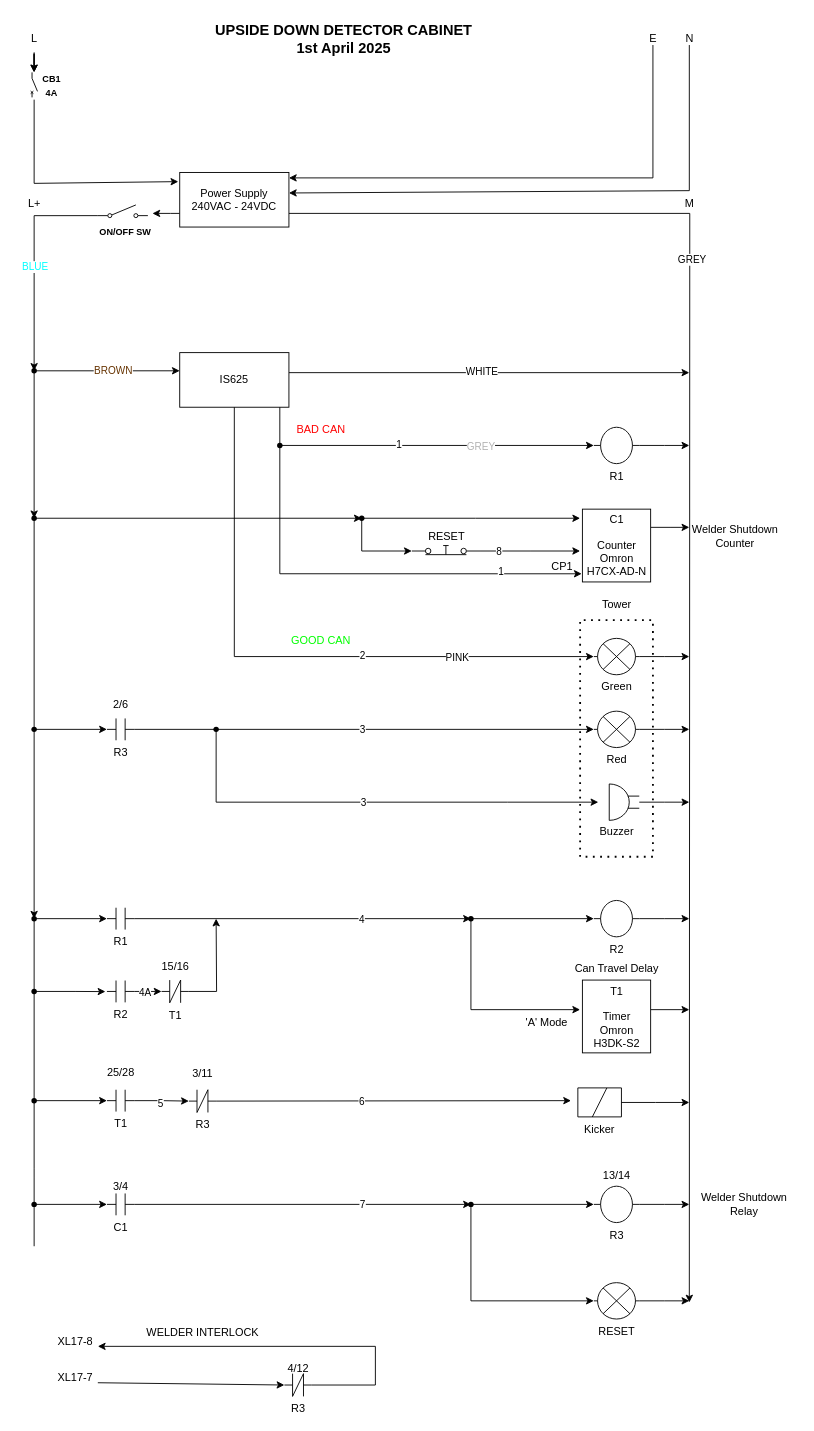
Earlier version of the draw.io diagram Upside Down Detector.drawio (nicholas-carnie/Nicks-files). Source tidied: cells renumbered, new cells numbered last; positions are measured from the earlier drawing's top-left corner, leaving out a move shared by most shapes. Both pictures are drawn from the tidied source at 91%, with x=0, y=0 at pixel (15, 15).
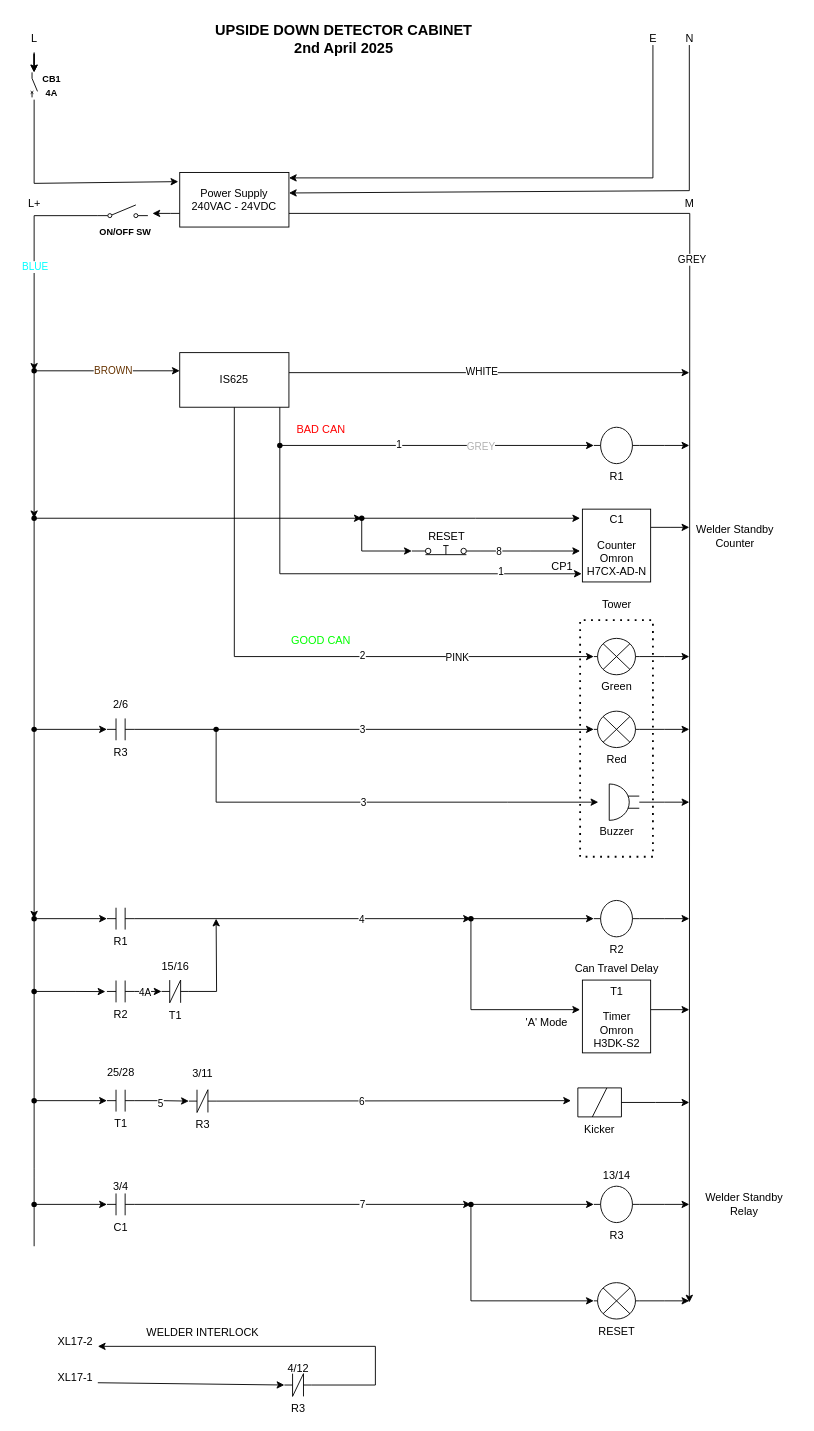
The same diagram, later.

What changed in the source:
```diff
@@
-    <mxCell id="86" value="UPSIDE DOWN DETECTOR CABINET&lt;div&gt;1st April 2025&lt;/div&gt;" style="text;html=1;align=center;verticalAlign=middle;strokeColor=none;fillColor=none;fontStyle=1;fontSize=16;" parent="1" vertex="1">
+    <mxCell id="86" value="UPSIDE DOWN DETECTOR CABINET&lt;div&gt;2nd April 2025&lt;/div&gt;" style="text;html=1;align=center;verticalAlign=middle;strokeColor=none;fillColor=none;fontStyle=1;fontSize=16;" parent="1" vertex="1">
       <mxGeometry x="210" width="300" height="50" as="geometry" />
     </mxCell>
@@
-    <mxCell id="132" value="XL17-8" style="text;html=1;align=center;verticalAlign=middle;strokeColor=none;fillColor=none;" parent="1" vertex="1">
+    <mxCell id="132" value="XL17-2" style="text;html=1;align=center;verticalAlign=middle;strokeColor=none;fillColor=none;" parent="1" vertex="1">
       <mxGeometry x="35" y="1442" width="60" height="30" as="geometry" />
     </mxCell>
-    <mxCell id="133" value="XL17-7" style="text;html=1;align=center;verticalAlign=middle;strokeColor=none;fillColor=none;" parent="1" vertex="1">
+    <mxCell id="133" value="XL17-1" style="text;html=1;align=center;verticalAlign=middle;strokeColor=none;fillColor=none;" parent="1" vertex="1">
       <mxGeometry x="35" y="1482" width="60" height="30" as="geometry" />
     </mxCell>
@@
-    <mxCell id="135" value="Welder Shutdown&lt;div&gt;Counter&lt;/div&gt;" style="text;html=1;align=center;verticalAlign=middle;strokeColor=none;fillColor=none;" parent="1" vertex="1">
-      <mxGeometry x="730" y="552" width="120" height="40" as="geometry" />
+    <mxCell id="135" value="Welder Standby&lt;div&gt;Counter&lt;/div&gt;" style="text;html=1;align=center;verticalAlign=middle;strokeColor=none;fillColor=none;" parent="1" vertex="1">
+      <mxGeometry x="735" y="552" width="110" height="40" as="geometry" />
     </mxCell>
-    <mxCell id="136" value="Welder Shutdown&lt;div&gt;Relay&lt;/div&gt;" style="text;html=1;align=center;verticalAlign=middle;strokeColor=none;fillColor=none;" parent="1" vertex="1">
-      <mxGeometry x="740" y="1286" width="120" height="40" as="geometry" />
+    <mxCell id="136" value="Welder Standby&lt;div&gt;Relay&lt;/div&gt;" style="text;html=1;align=center;verticalAlign=middle;strokeColor=none;fillColor=none;" parent="1" vertex="1">
+      <mxGeometry x="745" y="1286" width="110" height="40" as="geometry" />
     </mxCell>
```
